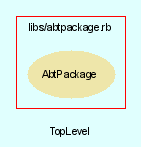
Earlier version of the Graphviz export src/trunk/doc/dot/f_3.png (eschabell/abtlinux). Its source is kept beside it as src/trunk/doc/dot/f_3.dot.
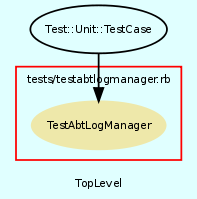
Above is the later version.

What changed in the source:
```diff
@@ -13,16 +13,25 @@
     subgraph cluster_4 {
         fontname = Arial
         color = red
-        label = "libs/abtpackage.rb"
-        AbtPackage [
+        label = "tests/testabtlogmanager.rb"
+        TestAbtLogManager [
             fontcolor = black,
-            URL = "classes/AbtPackage.html",
+            URL = "classes/TestAbtLogManager.html",
             shape = ellipse,
             color = palegoldenrod,
             style = filled,
-            label = "AbtPackage"
+            label = "TestAbtLogManager"
         ]
 
     }
 
+    Test__Unit__TestCase [
+        URL = "classes/Test/Unit/TestCase.html",
+        label = "Test::Unit::TestCase"
+    ]
+
+    Test__Unit__TestCase -> TestAbtLogManager [
+
+    ]
+
 }
```
